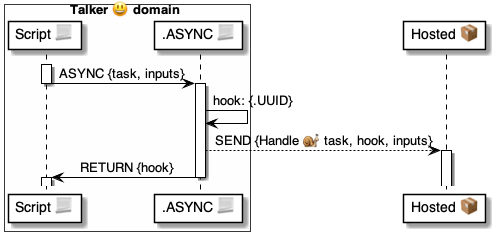
Earlier version of the PlantUML export 4 ⚙️ Solution/37 Scripts 📃/📃 Commands ⌘/⌘ for async/ASYNC 👷🏼/👷🏼 ASYNC ⚙️ uml.png (pollyweb-org/pollyweb-docs). Its source is kept beside it as 4 ⚙️ Solution/37 Scripts 📃/📃 Commands ⌘/⌘ for async/ASYNC 👷🏼/👷🏼 ASYNC ⚙️ uml.puml.
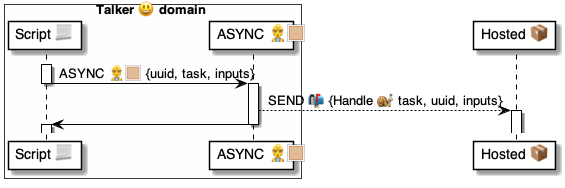
After the change.

Diff of the diagram source:
```diff
@@ -2,21 +2,20 @@
 
 box Talker 😃 domain #FFFFFA
     participant "Script 📃" as script
-    participant ".ASYNC 📃" as async
+    participant "ASYNC 👷🏼" as async
 end box
 
 participant "Hosted 📦" as hosted
 
 
 activate script
-    script -> async: ASYNC {task, inputs}
+    script -> async: ASYNC 👷🏼 {uuid, task, inputs}
 deactivate script
 
 activate async
-    async -> async: hook: {.UUID}
-    async --> hosted: SEND {Handle 🐌 task, hook, inputs}
+    async --> hosted: SEND 📬 {Handle 🐌 task, uuid, inputs}
     activate hosted
-    async -> script: RETURN {hook}
+    async -> script:
 deactivate async
 activate script
 
```
